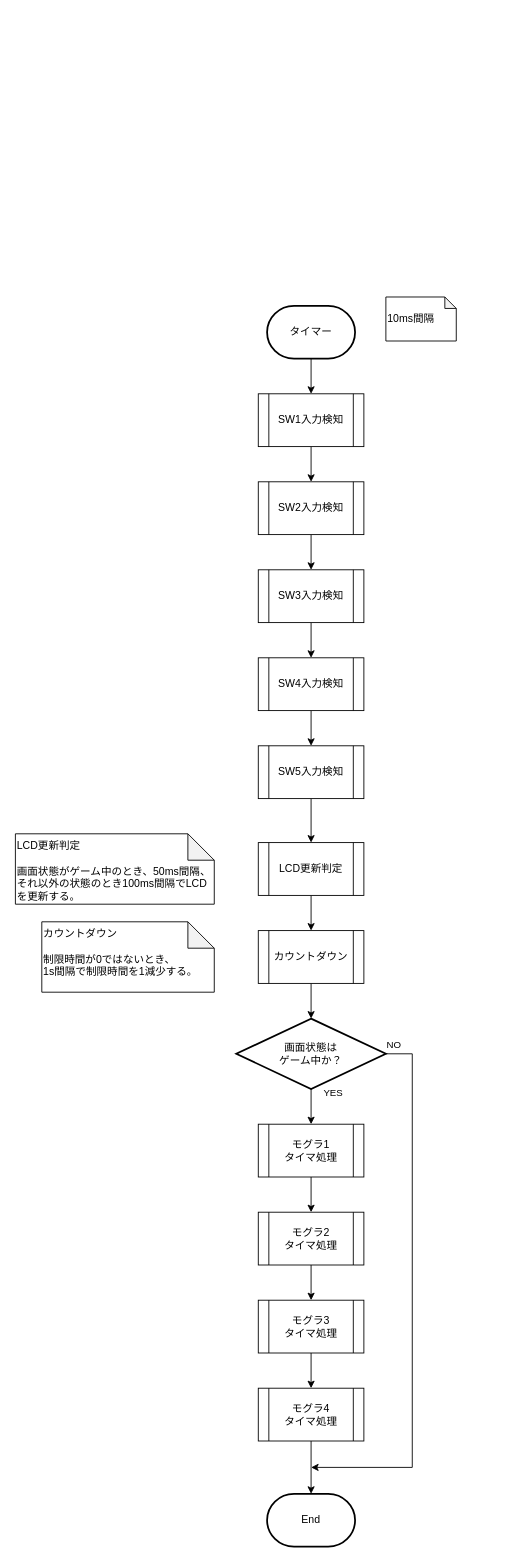
Before: page "タイマ割り込み" (1 of 6) of 資料/設計書/フローチャート/モグラ叩き_フローチャート_割り込み.drawio in hakohumi/comp.train.whack-a-mole, a draw.io diagram. Source tidied: cells renumbered, new cells numbered last; positions are measured from the earlier drawing's top-left corner, leaving out a move shared by most shapes. Both pictures are drawn from the tidied source at 88%, with x=0, y=0 at pixel (15, 297).
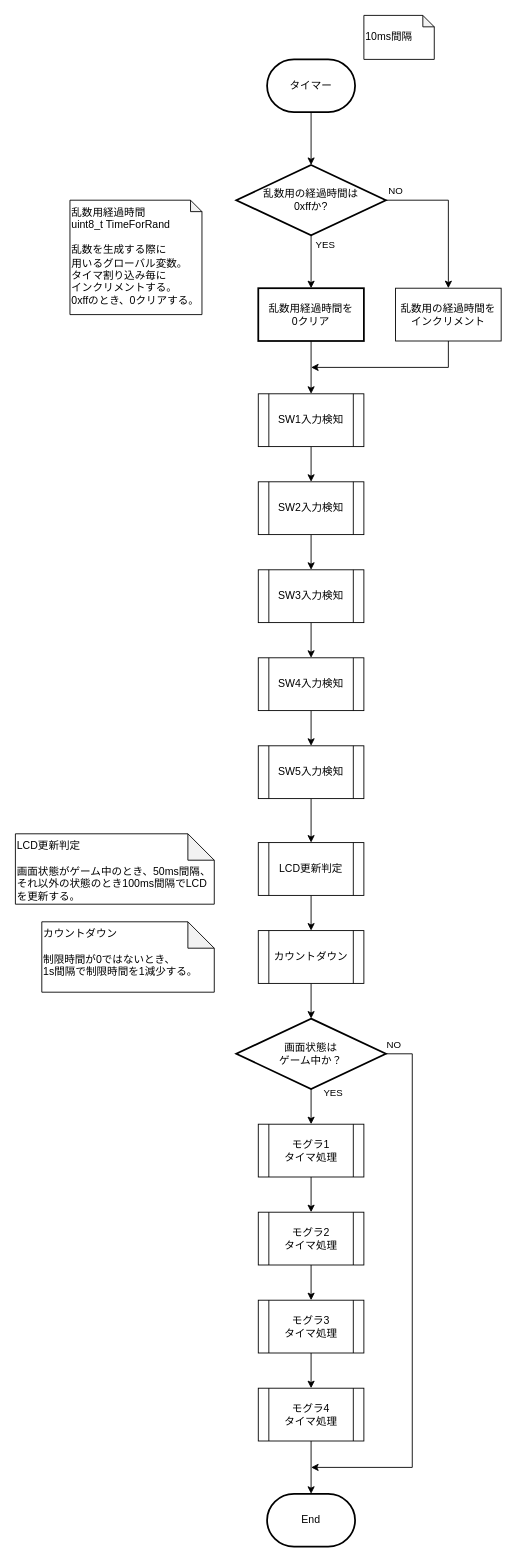
Above is the later version.

Commit message:
設計/フローチャート/割込み #40 タイマ割り込みシート 乱数用の経過時間を追記

Unchanged cells that the change refers to:
```xml
<mxCell id="5" value="SW1入力検知" style="shape=process;whiteSpace=wrap;html=1;backgroundOutline=1;" parent="1" vertex="1">
  <mxGeometry x="276" y="110" width="120" height="60" as="geometry" />
</mxCell>
```

Change to the diagram source:
```diff
@@
-    <mxCell id="2" style="edgeStyle=orthogonalEdgeStyle;rounded=0;jettySize=auto;html=1;entryX=0.5;entryY=0;entryDx=0;entryDy=0;" parent="1" edge="1" source="3" target="5">
-      <mxGeometry relative="1" as="geometry" />
-    </mxCell>
-    <mxCell id="3" value="タイマー" style="strokeWidth=2;html=1;shape=mxgraph.flowchart.terminator;whiteSpace=wrap;" parent="1" vertex="1">
-      <mxGeometry x="286" y="10" width="100" height="60" as="geometry" />
-    </mxCell>
@@
     <mxCell id="6" value="10ms間隔" style="shape=note;whiteSpace=wrap;html=1;backgroundOutline=1;darkOpacity=0.05;align=left;size=13;" parent="1" vertex="1">
-      <mxGeometry x="421" width="80" height="50" as="geometry" />
+      <mxGeometry x="396" y="-320" width="80" height="50" as="geometry" />
     </mxCell>
@@
+    <mxCell id="33" value="乱数用経過時間&lt;br&gt;uint8_t TimeForRand&lt;br&gt;&lt;br&gt;乱数を生成する際に&lt;br&gt;用いるグローバル変数。&lt;br&gt;タイマ割り込み毎に&lt;br&gt;インクリメントする。&lt;br&gt;0xffのとき、0クリアする。" style="shape=note;whiteSpace=wrap;html=1;backgroundOutline=1;darkOpacity=0.05;align=left;size=13;verticalAlign=top;" parent="1" vertex="1">
+      <mxGeometry x="62" y="-110" width="150" height="130" as="geometry" />
+    </mxCell>
+    <mxCell id="34" style="edgeStyle=orthogonalEdgeStyle;rounded=0;jettySize=auto;html=1;" parent="1" edge="1" source="35">
+      <mxGeometry relative="1" as="geometry">
+        <mxPoint x="336" y="80" as="targetPoint" />
+        <Array as="points">
+          <mxPoint x="492" y="80" />
+        </Array>
+      </mxGeometry>
+    </mxCell>
+    <mxCell id="35" value="乱数用の経過時間を&lt;br&gt;インクリメント" style="rounded=0;whiteSpace=wrap;html=1;" parent="1" vertex="1">
+      <mxGeometry x="432" y="-10" width="120" height="60" as="geometry" />
+    </mxCell>
+    <mxCell id="36" style="edgeStyle=orthogonalEdgeStyle;rounded=0;jettySize=auto;html=1;" parent="1" edge="1" source="3" target="39">
+      <mxGeometry relative="1" as="geometry" />
+    </mxCell>
+    <mxCell id="3" value="タイマー" style="strokeWidth=2;html=1;shape=mxgraph.flowchart.terminator;whiteSpace=wrap;" parent="1" vertex="1">
+      <mxGeometry x="286" y="-270" width="100" height="60" as="geometry" />
+    </mxCell>
+    <mxCell id="37" value="YES" style="edgeStyle=orthogonalEdgeStyle;rounded=0;jettySize=auto;html=1;" parent="1" edge="1" source="39" target="41">
+      <mxGeometry x="-0.67" y="16" relative="1" as="geometry">
+        <mxPoint y="1" as="offset" />
+      </mxGeometry>
+    </mxCell>
+    <mxCell id="38" value="NO" style="edgeStyle=orthogonalEdgeStyle;rounded=0;jettySize=auto;html=1;exitX=1;exitY=0.5;exitDx=0;exitDy=0;entryX=0.5;entryY=0;entryDx=0;entryDy=0;" parent="1" edge="1" source="39" target="35">
+      <mxGeometry x="-0.87" y="10" relative="1" as="geometry" />
+    </mxCell>
+    <mxCell id="39" value="乱数用の経過時間は&lt;br&gt;0xffか?" style="rhombus;whiteSpace=wrap;html=1;strokeWidth=2;" parent="1" vertex="1">
+      <mxGeometry x="251" y="-150" width="170" height="80" as="geometry" />
+    </mxCell>
+    <mxCell id="40" style="edgeStyle=orthogonalEdgeStyle;rounded=0;jettySize=auto;html=1;entryX=0.5;entryY=0;entryDx=0;entryDy=0;" parent="1" edge="1" source="41" target="5">
+      <mxGeometry relative="1" as="geometry" />
+    </mxCell>
+    <mxCell id="41" value="乱数用経過時間を&lt;br&gt;0クリア" style="whiteSpace=wrap;html=1;strokeWidth=2;" parent="1" vertex="1">
+      <mxGeometry x="276" y="-10" width="120" height="60" as="geometry" />
+    </mxCell>
```
